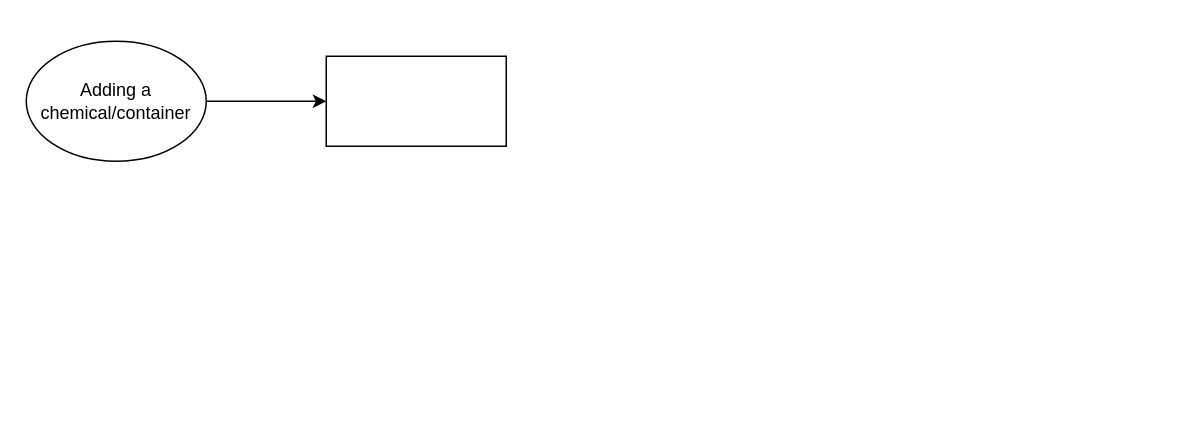
This is chemical_add_container.drawio from samuelroiz/WorkFlows_storage, a draw.io file, before an edit. Source tidied: cells renumbered, new cells numbered last; positions are measured from the earlier drawing's top-left corner, leaving out a move shared by most shapes. Both pictures are drawn from the tidied source at 150%, with x=0, y=0 at pixel (26, 40).
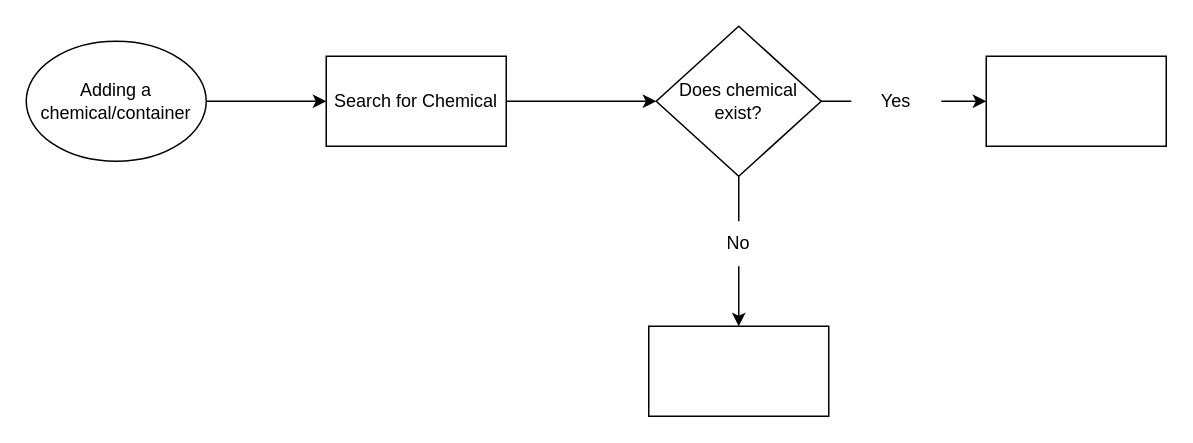
After the change.

What changed in the source:
```diff
@@
 <mxGraphModel>
   <root>
     <mxCell id="0" />
     <mxCell id="1" parent="0" />
     <mxCell id="2" style="edgeStyle=orthogonalEdgeStyle;rounded=0;jettySize=auto;html=1;" parent="1" edge="1" source="3" target="4">
       <mxGeometry relative="1" as="geometry" />
     </mxCell>
     <mxCell id="3" value="Adding a chemical/container" style="ellipse;whiteSpace=wrap;html=1;" parent="1" vertex="1">
       <mxGeometry width="120" height="80" as="geometry" />
     </mxCell>
+    <mxCell id="5" style="edgeStyle=orthogonalEdgeStyle;rounded=0;jettySize=auto;html=1;" parent="1" edge="1" source="4" target="8">
+      <mxGeometry relative="1" as="geometry" />
+    </mxCell>
-    <mxCell id="4" style="whiteSpace=wrap;html=1;" parent="1" vertex="1">
+    <mxCell id="4" value="Search for Chemical" style="whiteSpace=wrap;html=1;" parent="1" vertex="1">
       <mxGeometry x="200" y="10" width="120" height="60" as="geometry" />
     </mxCell>
+    <mxCell id="6" style="edgeStyle=orthogonalEdgeStyle;rounded=0;jettySize=auto;html=1;startArrow=none;" parent="1" edge="1" source="11" target="9">
+      <mxGeometry relative="1" as="geometry" />
+    </mxCell>
+    <mxCell id="7" style="edgeStyle=orthogonalEdgeStyle;rounded=0;jettySize=auto;html=1;startArrow=none;" parent="1" edge="1" source="13" target="10">
+      <mxGeometry relative="1" as="geometry" />
+    </mxCell>
+    <mxCell id="8" value="Does chemical exist?" style="rhombus;whiteSpace=wrap;html=1;" parent="1" vertex="1">
+      <mxGeometry x="420" y="-10" width="110" height="100" as="geometry" />
+    </mxCell>
+    <mxCell id="9" style="whiteSpace=wrap;html=1;" parent="1" vertex="1">
+      <mxGeometry x="415" y="190" width="120" height="60" as="geometry" />
+    </mxCell>
+    <mxCell id="10" style="whiteSpace=wrap;html=1;" parent="1" vertex="1">
+      <mxGeometry x="640" y="10" width="120" height="60" as="geometry" />
+    </mxCell>
+    <mxCell id="11" value="No" style="text;html=1;strokeColor=none;fillColor=none;align=center;verticalAlign=middle;whiteSpace=wrap;rounded=0;" parent="1" vertex="1">
+      <mxGeometry x="445" y="120" width="60" height="30" as="geometry" />
+    </mxCell>
+    <mxCell id="12" style="edgeStyle=orthogonalEdgeStyle;rounded=0;jettySize=auto;html=1;endArrow=none;" parent="1" edge="1" source="8" target="11">
+      <mxGeometry relative="1" as="geometry" />
+    </mxCell>
+    <mxCell id="13" value="Yes" style="text;html=1;strokeColor=none;fillColor=none;align=center;verticalAlign=middle;whiteSpace=wrap;rounded=0;" parent="1" vertex="1">
+      <mxGeometry x="550" y="25" width="60" height="30" as="geometry" />
+    </mxCell>
+    <mxCell id="14" style="edgeStyle=orthogonalEdgeStyle;rounded=0;jettySize=auto;html=1;endArrow=none;" parent="1" edge="1" source="8" target="13">
+      <mxGeometry relative="1" as="geometry" />
+    </mxCell>
   </root>
 </mxGraphModel>
```
